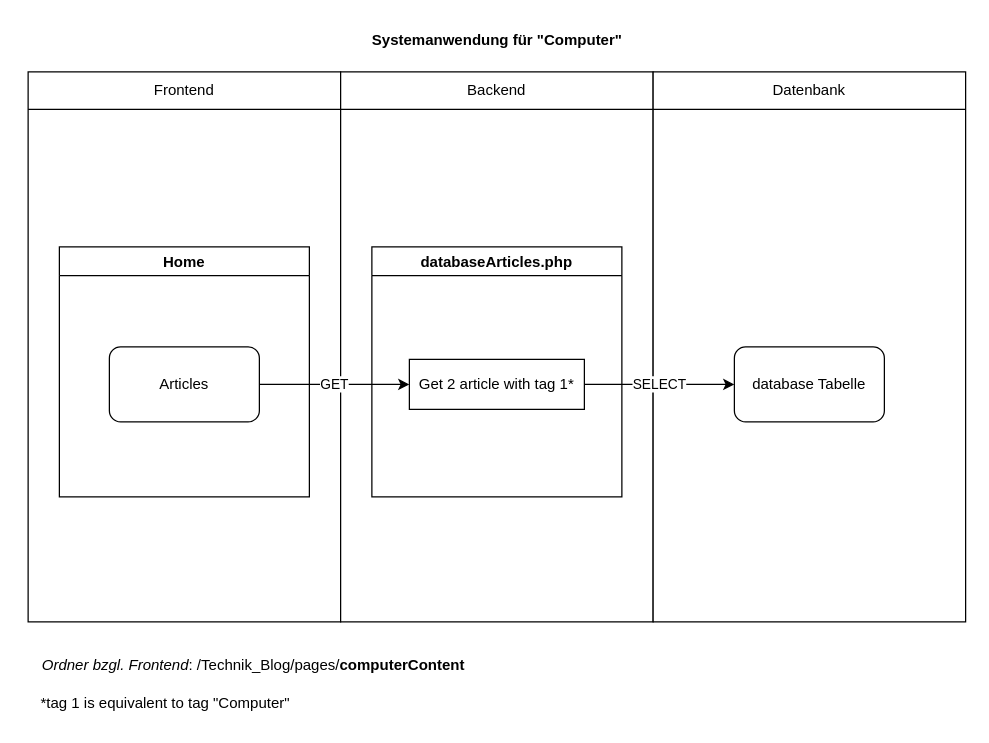
The draw.io diagram Dokumentation/Komponentenbeschreibung_Computer.drawio in CoffeeAddict987/Technik_Blog, before the edit. Source tidied: cells renumbered, new cells numbered last; positions are measured from the earlier drawing's top-left corner, leaving out a move shared by most shapes. Both pictures are drawn from the tidied source at 125%, with x=0, y=0 at pixel (21, 21).
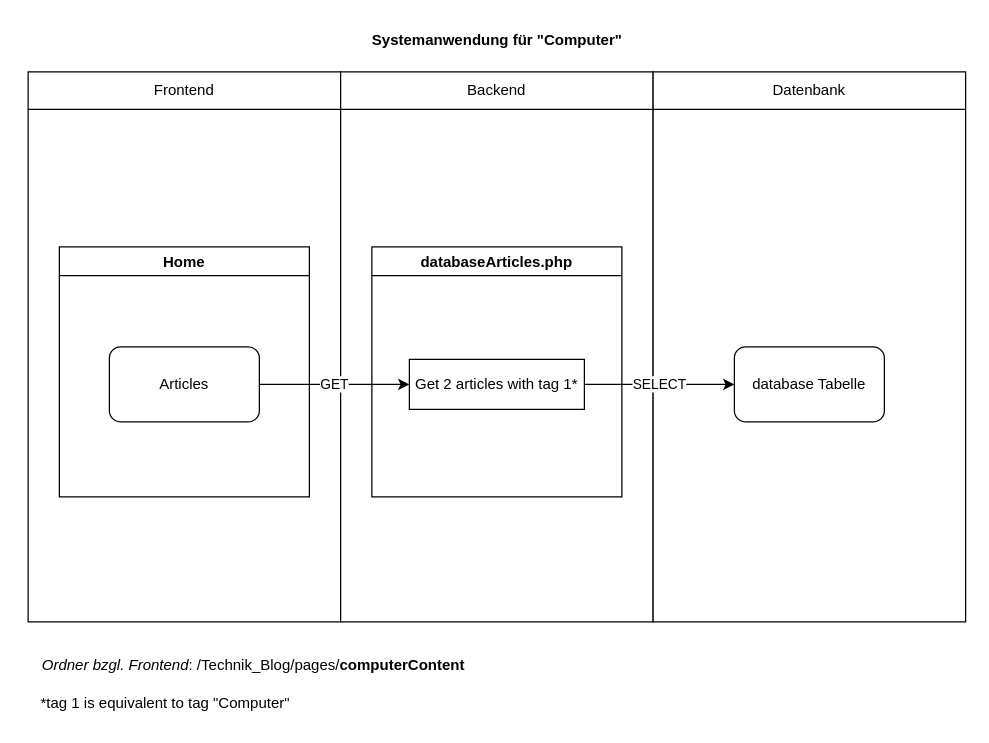
The same diagram, later.

Change to the diagram source:
```diff
@@
 <mxGraphModel>
   <root>
     <mxCell id="0" />
     <mxCell id="1" parent="0" />
     <mxCell id="2" value="Systemanwendung für &quot;Computer&quot;" style="text;html=1;strokeColor=none;fillColor=none;align=center;verticalAlign=middle;whiteSpace=wrap;rounded=0;fontStyle=1;" parent="1" vertex="1">
       <mxGeometry x="275.8" width="208.5" height="30" as="geometry" />
     </mxCell>
     <mxCell id="3" style="rounded=0;whiteSpace=wrap;html=1;labelPosition=center;verticalLabelPosition=top;align=center;verticalAlign=bottom;spacingTop=0;" parent="1" vertex="1">
       <mxGeometry x="5" y="40" width="250" height="440" as="geometry" />
     </mxCell>
     <mxCell id="4" style="rounded=0;whiteSpace=wrap;html=1;" parent="1" vertex="1">
       <mxGeometry x="255" y="40" width="250" height="440" as="geometry" />
     </mxCell>
     <mxCell id="5" style="rounded=0;whiteSpace=wrap;html=1;" parent="1" vertex="1">
       <mxGeometry x="505" y="40" width="250" height="440" as="geometry" />
     </mxCell>
     <mxCell id="6" value="Frontend" style="text;html=1;strokeColor=none;fillColor=none;align=center;verticalAlign=middle;whiteSpace=wrap;rounded=0;" parent="1" vertex="1">
       <mxGeometry x="100" y="40" width="60" height="30" as="geometry" />
     </mxCell>
     <mxCell id="7" value="Datenbank" style="text;html=1;strokeColor=none;fillColor=none;align=center;verticalAlign=middle;whiteSpace=wrap;rounded=0;" parent="1" vertex="1">
       <mxGeometry x="600" y="40" width="60" height="30" as="geometry" />
     </mxCell>
     <mxCell id="8" value="Backend" style="text;html=1;strokeColor=none;fillColor=none;align=center;verticalAlign=middle;whiteSpace=wrap;rounded=0;" parent="1" vertex="1">
       <mxGeometry x="350" y="40" width="60" height="30" as="geometry" />
     </mxCell>
     <mxCell id="9" style="endArrow=none;html=1;rounded=0;" parent="1" edge="1">
       <mxGeometry relative="1" as="geometry">
         <mxPoint x="5" y="70" as="sourcePoint" />
         <mxPoint x="755" y="70" as="targetPoint" />
       </mxGeometry>
     </mxCell>
     <mxCell id="10" value="Home" style="swimlane;" parent="1" vertex="1">
       <mxGeometry x="30" y="180" width="200" height="200" as="geometry" />
     </mxCell>
     <mxCell id="11" value="Articles" style="rounded=1;whiteSpace=wrap;html=1;" parent="10" vertex="1">
       <mxGeometry x="40" y="80" width="120" height="60" as="geometry" />
     </mxCell>
     <mxCell id="12" value="databaseArticles.php" style="swimlane;" parent="1" vertex="1">
       <mxGeometry x="280" y="180" width="200" height="200" as="geometry" />
     </mxCell>
-    <mxCell id="13" value="Get 2 article with tag 1*" style="rounded=0;whiteSpace=wrap;html=1;" parent="12" vertex="1">
+    <mxCell id="13" value="Get 2 articles with tag 1*" style="rounded=0;whiteSpace=wrap;html=1;" parent="12" vertex="1">
       <mxGeometry x="30" y="90" width="140" height="40" as="geometry" />
     </mxCell>
     <mxCell id="14" value="database Tabelle" style="rounded=1;whiteSpace=wrap;html=1;" parent="1" vertex="1">
       <mxGeometry x="570" y="260" width="120" height="60" as="geometry" />
     </mxCell>
     <mxCell id="15" value="&lt;i&gt;Ordner bzgl. Frontend&lt;/i&gt;: /Technik_Blog/pages/&lt;b&gt;computerContent&lt;/b&gt;" style="text;html=1;align=center;verticalAlign=middle;strokeColor=none;fillColor=none;" parent="1" vertex="1">
       <mxGeometry x="5" y="500" width="360" height="30" as="geometry" />
     </mxCell>
     <mxCell id="16" value="*tag 1 is equivalent to tag &quot;Computer&quot;" style="text;html=1;strokeColor=none;fillColor=none;align=center;verticalAlign=middle;whiteSpace=wrap;rounded=0;" parent="1" vertex="1">
       <mxGeometry y="530" width="230" height="30" as="geometry" />
     </mxCell>
     <mxCell id="17" value="GET" style="endArrow=classic;html=1;rounded=0;exitX=1;exitY=0.5;exitDx=0;exitDy=0;entryX=0;entryY=0.5;entryDx=0;entryDy=0;" parent="1" edge="1" source="11" target="13">
       <mxGeometry relative="1" as="geometry" />
     </mxCell>
     <mxCell id="18" value="SELECT" style="endArrow=classic;html=1;rounded=0;exitX=1;exitY=0.5;exitDx=0;exitDy=0;" parent="1" edge="1" source="13" target="14">
       <mxGeometry relative="1" as="geometry" />
     </mxCell>
   </root>
 </mxGraphModel>
```
